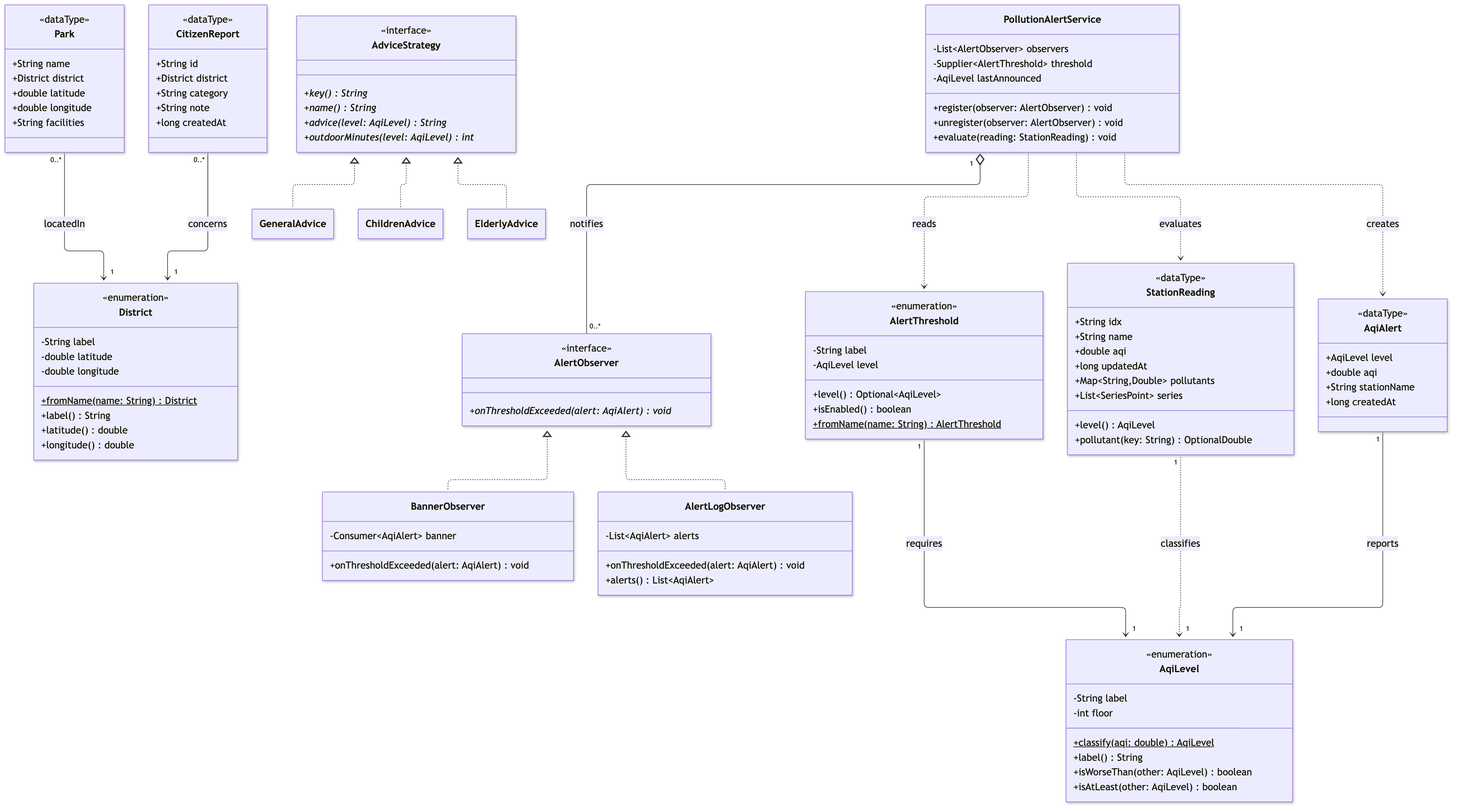
The Mermaid diagram docs/diagrams/class-diagram-core.png in melvinchia3636/sc-assignment, before a commit. Its source is kept beside it as docs/diagrams/class-diagram-core.mmd.
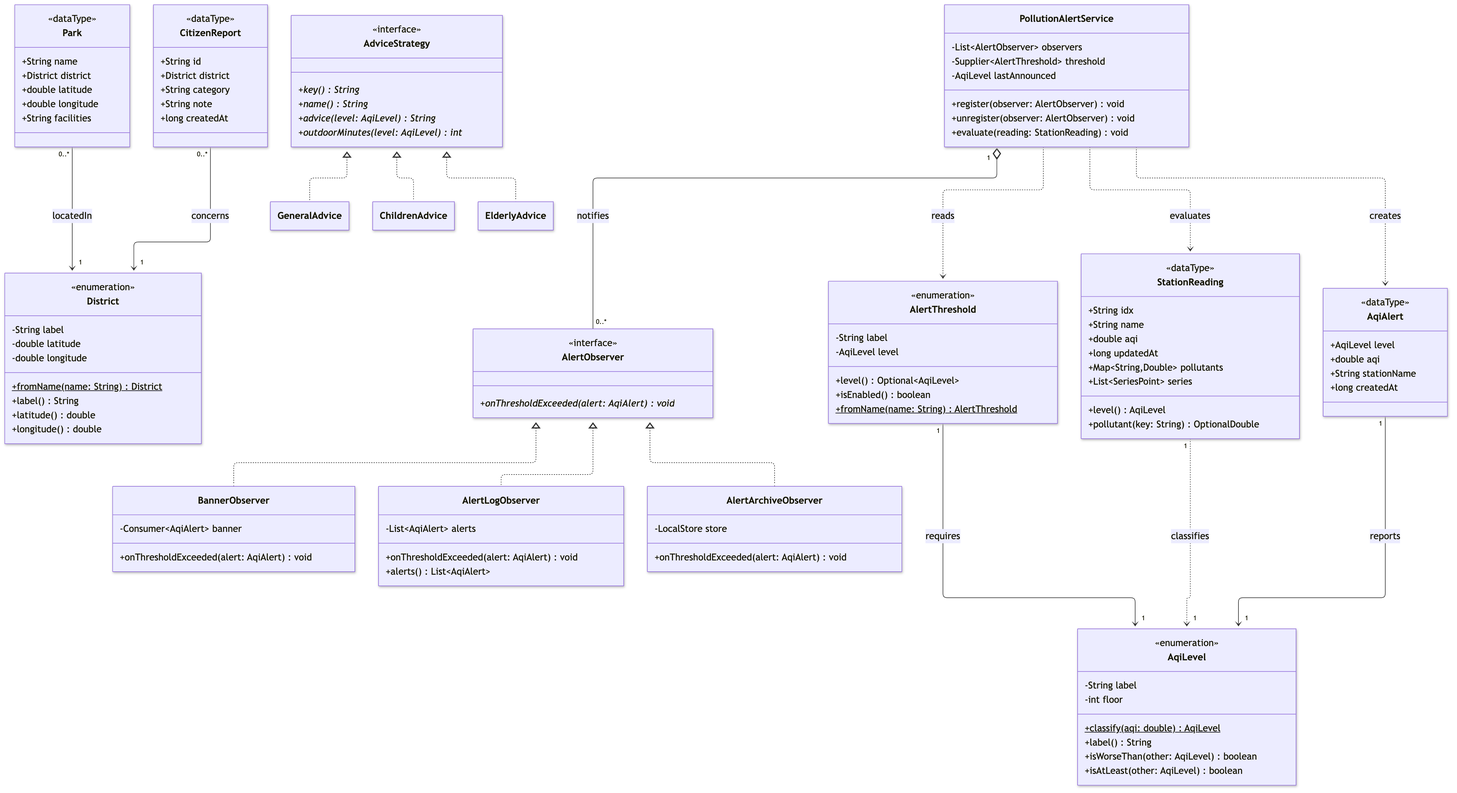
After the commit.

The edit, as a diff of the source:
```diff
@@ -95,6 +95,11 @@
         +alerts() List~AqiAlert~
     }
 
+    class AlertArchiveObserver {
+        -LocalStore store
+        +onThresholdExceeded(alert: AqiAlert) void
+    }
+
     class AqiAlert {
         <<dataType>>
         +AqiLevel level
@@ -118,6 +123,7 @@
 
     AlertObserver <|.. BannerObserver
     AlertObserver <|.. AlertLogObserver
+    AlertObserver <|.. AlertArchiveObserver
 
     StationReading "1" ..> "1" AqiLevel : classifies
     Park "0..*" --> "1" District : locatedIn
```
